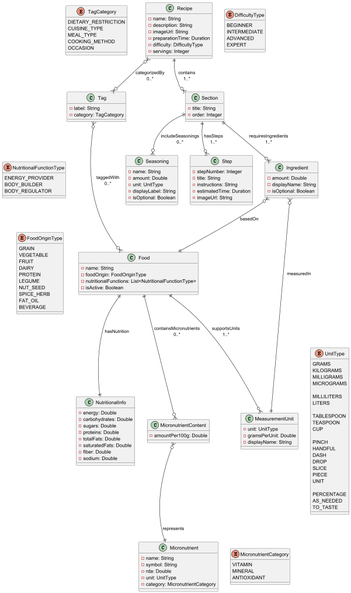
This is UML/domainModel.png from RodriLang/calorie-calculator, a PlantUML export, as it was before one commit.
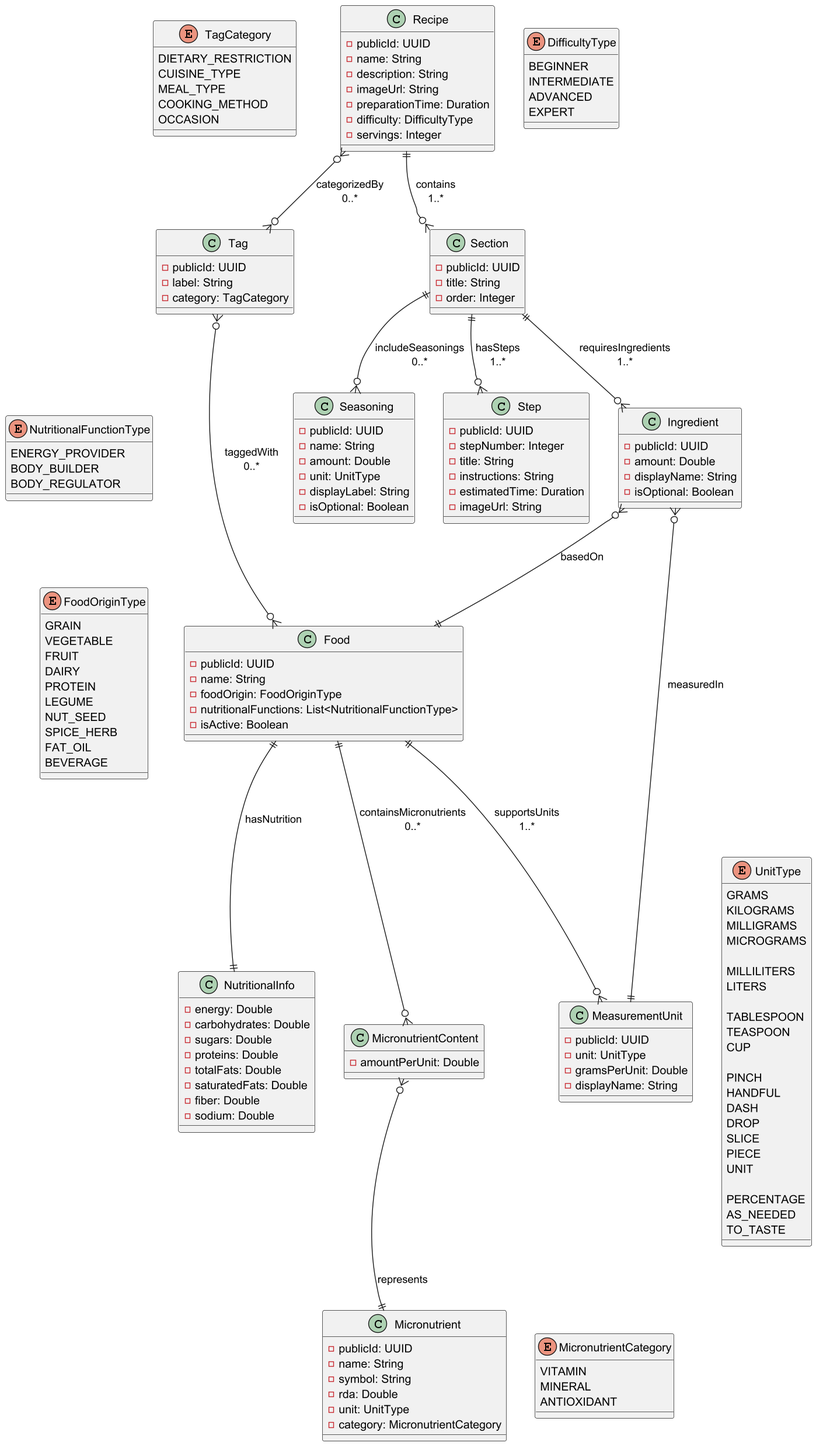
After the change.

The edit, as a diff of the source:
```diff
@@ -5,6 +5,7 @@
 !define ASSOCIATION_COLOR #45B7D1
 
 class Recipe {
+    - publicId: UUID
     - name: String
     - description: String
     - imageUrl: String
@@ -14,16 +15,19 @@
 }
 
 class Tag {
+    - publicId: UUID
     - label: String
     - category: TagCategory
 }
 
 class Section {
+    - publicId: UUID
     - title: String
     - order: Integer
 }
 
 class Step {
+    - publicId: UUID
     - stepNumber: Integer
     - title: String
     - instructions: String
@@ -32,12 +36,14 @@
 }
 
 class Ingredient {
+    - publicId: UUID
     - amount: Double
     - displayName: String
     - isOptional: Boolean
 }
 
 class Seasoning {
+    - publicId: UUID
     - name: String
     - amount: Double
     - unit: UnitType
@@ -46,6 +52,7 @@
 }
 
 class Food {
+    - publicId: UUID
     - name: String
     - foodOrigin: FoodOriginType
     - nutritionalFunctions: List<NutritionalFunctionType>
@@ -64,10 +71,11 @@
 }
 
 class MicronutrientContent {
-    - amountPer100g: Double
+    - amountPerUnit: Double
 }
 
 class Micronutrient {
+    - publicId: UUID
     - name: String
     - symbol: String
     - rda: Double
@@ -76,6 +84,7 @@
 }
 
 class MeasurementUnit {
+    - publicId: UUID
     - unit: UnitType
     - gramsPerUnit: Double
     - displayName: String
```
